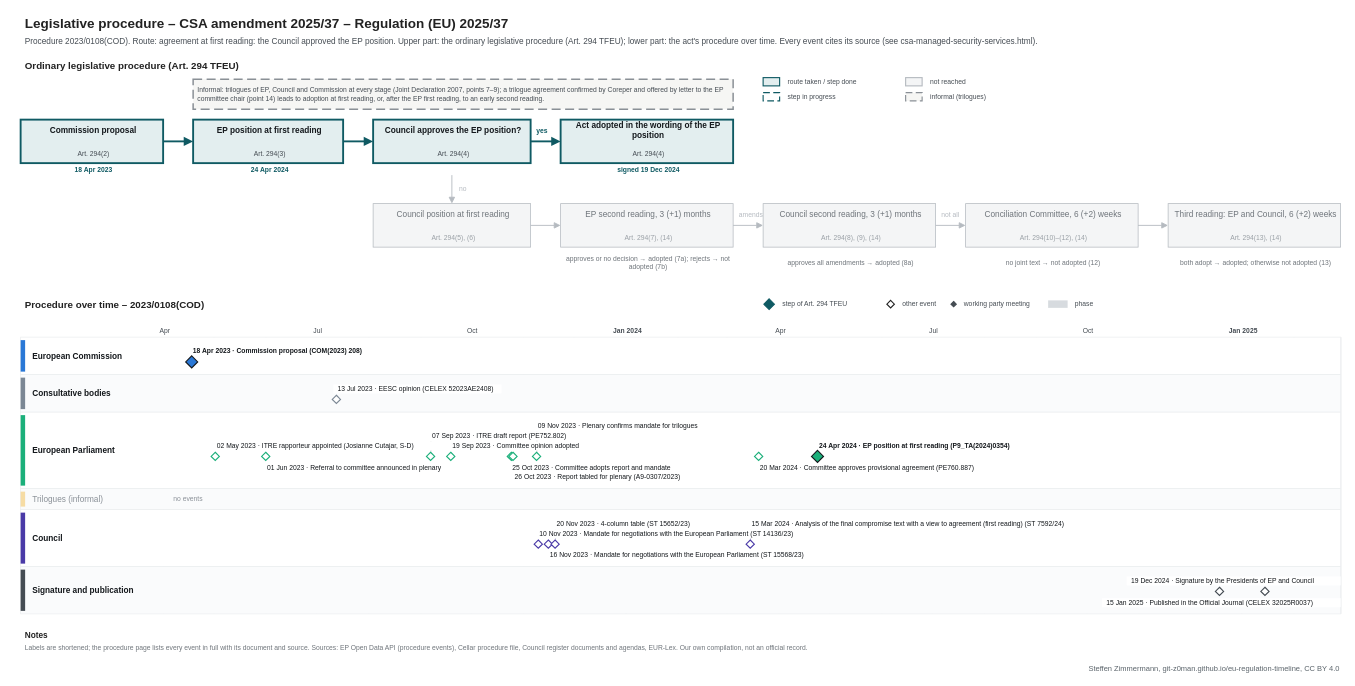
This is procedures/csa-managed-security-services.drawio from git-z0man/eu-regulation-timeline, a draw.io file, before an edit. Source tidied: cells renumbered, new cells numbered last; positions are measured from the earlier drawing's top-left corner, leaving out a move shared by most shapes. Both pictures are drawn from the tidied source at 75%, with x=0, y=0 at pixel (13, 13).
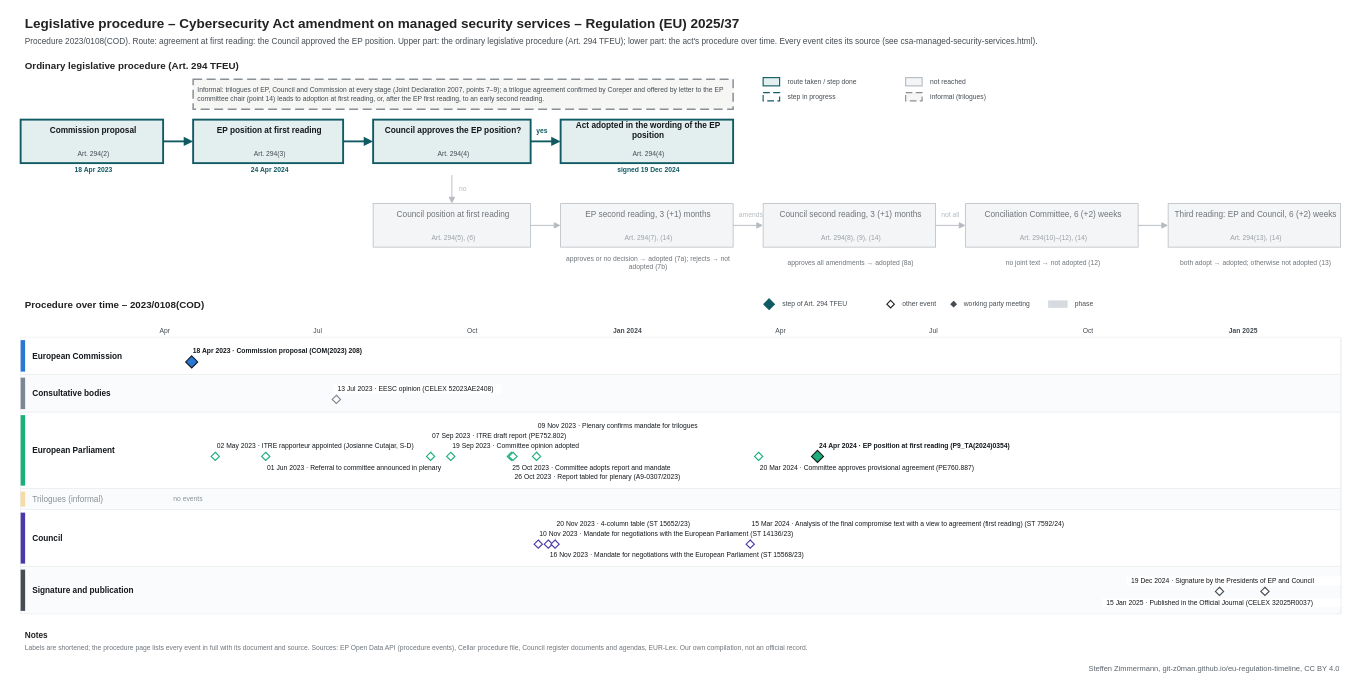
The same diagram, later.

Change to the diagram source:
```diff
@@
-    <mxCell id="2" value="Legislative procedure – CSA amendment 2025/37 – Regulation (EU) 2025/37" style="text;html=1;fontSize=18;fontColor=#222222;align=left;verticalAlign=middle;spacingLeft=4;fontStyle=1;" parent="1" vertex="1">
+    <mxCell id="2" value="Legislative procedure – Cybersecurity Act amendment on managed security services – Regulation (EU) 2025/37" style="text;html=1;fontSize=18;fontColor=#222222;align=left;verticalAlign=middle;spacingLeft=4;fontStyle=1;" parent="1" vertex="1">
       <mxGeometry x="10" width="1600" height="28" as="geometry" />
     </mxCell>
```
